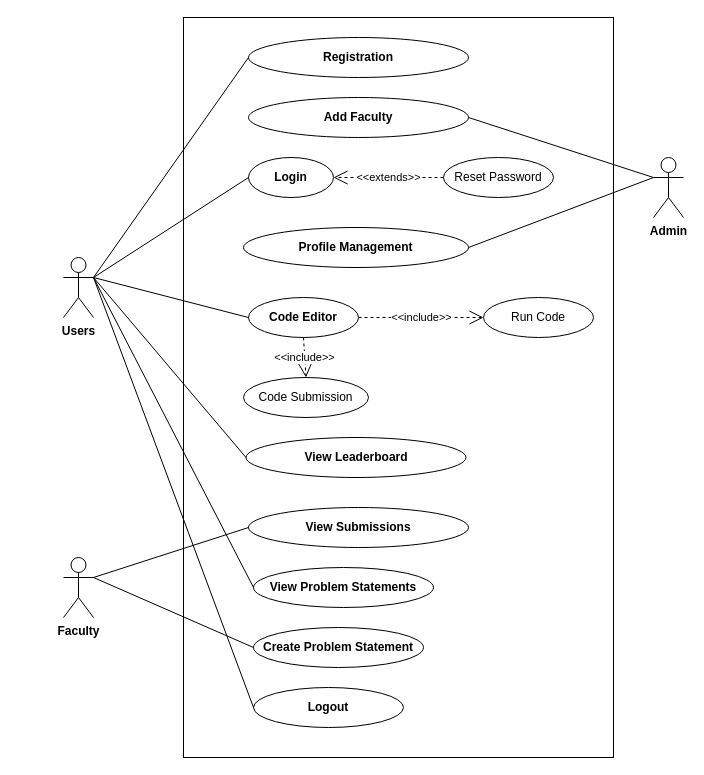
shamim36/Final-Defence-Diagram keeps this draw.io diagram as Updated - Use Case Diagram.drawio. Above is the earlier version. Source tidied: cells renumbered, new cells numbered last; positions are measured from the earlier drawing's top-left corner, leaving out a move shared by most shapes. Both pictures are drawn from the tidied source at 100%, with x=0, y=0 at pixel (63, 17).
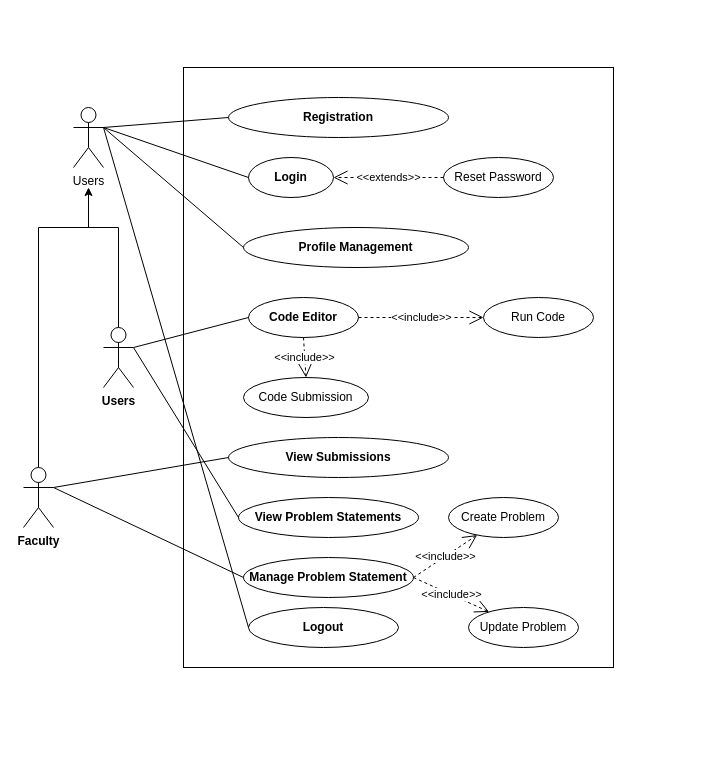
Above is the later version.

Unchanged cells that the change refers to:
```xml
<mxCell id="7" value="&lt;b&gt;Profile Management&lt;/b&gt;" style="ellipse;whiteSpace=wrap;html=1;" parent="1" vertex="1">
  <mxGeometry x="180" y="210" width="225" height="40" as="geometry" />
</mxCell>
<mxCell id="9" value="&lt;b&gt;Login&lt;/b&gt;" style="ellipse;whiteSpace=wrap;html=1;" parent="1" vertex="1">
  <mxGeometry x="185" y="140" width="85" height="40" as="geometry" />
</mxCell>
```

What changed in the source:
```diff
@@
     <mxCell id="2" style="rounded=0;whiteSpace=wrap;html=1;" parent="1" vertex="1">
-      <mxGeometry x="120" width="430" height="740" as="geometry" />
+      <mxGeometry x="120" y="50" width="430" height="600" as="geometry" />
     </mxCell>
     <mxCell id="3" value="&lt;b&gt;Registration&lt;/b&gt;" style="ellipse;whiteSpace=wrap;html=1;" parent="1" vertex="1">
-      <mxGeometry x="185" y="20" width="220" height="40" as="geometry" />
+      <mxGeometry x="165" y="80" width="220" height="40" as="geometry" />
     </mxCell>
+    <mxCell id="33" style="edgeStyle=orthogonalEdgeStyle;rounded=0;jettySize=auto;html=1;exitX=0.5;exitY=0;exitDx=0;exitDy=0;exitPerimeter=0;" parent="1" edge="1" source="4">
+      <mxGeometry relative="1" as="geometry">
+        <mxPoint x="25" y="170" as="targetPoint" />
+        <Array as="points">
+          <mxPoint x="-25" y="210" />
+          <mxPoint x="25" y="210" />
+        </Array>
+      </mxGeometry>
+    </mxCell>
     <mxCell id="4" value="&lt;b&gt;Faculty&lt;/b&gt;" style="shape=umlActor;verticalLabelPosition=bottom;verticalAlign=top;html=1;outlineConnect=0;" parent="1" vertex="1">
-      <mxGeometry y="540" width="30" height="60" as="geometry" />
+      <mxGeometry x="-40" y="450" width="30" height="60" as="geometry" />
     </mxCell>
-    <mxCell id="5" value="&lt;b&gt;Admin&lt;/b&gt;" style="shape=umlActor;verticalLabelPosition=bottom;verticalAlign=top;html=1;outlineConnect=0;" parent="1" vertex="1">
-      <mxGeometry x="590" y="140" width="30" height="60" as="geometry" />
-    </mxCell>
     <mxCell id="6" value="&lt;b&gt;Logout&lt;/b&gt;" style="ellipse;whiteSpace=wrap;html=1;" parent="1" vertex="1">
-      <mxGeometry x="190" y="670" width="150" height="40" as="geometry" />
+      <mxGeometry x="185" y="590" width="150" height="40" as="geometry" />
     </mxCell>
@@
-    <mxCell id="8" value="&lt;b&gt;Add Faculty&lt;/b&gt;" style="ellipse;whiteSpace=wrap;html=1;" parent="1" vertex="1">
-      <mxGeometry x="185" y="80" width="220" height="40" as="geometry" />
-    </mxCell>
@@
-    <mxCell id="14" value="&lt;b&gt;View Leaderboard&lt;/b&gt;" style="ellipse;whiteSpace=wrap;html=1;" parent="1" vertex="1">
-      <mxGeometry x="182.5" y="420" width="220" height="40" as="geometry" />
-    </mxCell>
     <mxCell id="15" value="&lt;b&gt;View Submissions&lt;/b&gt;" style="ellipse;whiteSpace=wrap;html=1;" parent="1" vertex="1">
-      <mxGeometry x="185" y="490" width="220" height="40" as="geometry" />
+      <mxGeometry x="165" y="420" width="220" height="40" as="geometry" />
     </mxCell>
-    <mxCell id="16" value="&lt;b&gt;Create Problem Statement&lt;/b&gt;" style="ellipse;whiteSpace=wrap;html=1;" parent="1" vertex="1">
-      <mxGeometry x="190" y="610" width="170" height="40" as="geometry" />
+    <mxCell id="16" value="&lt;b&gt;Manage Problem Statement&lt;/b&gt;" style="ellipse;whiteSpace=wrap;html=1;" parent="1" vertex="1">
+      <mxGeometry x="180" y="540" width="170" height="40" as="geometry" />
     </mxCell>
     <mxCell id="17" value="&lt;b&gt;View Problem Statements&lt;/b&gt;" style="ellipse;whiteSpace=wrap;html=1;" parent="1" vertex="1">
-      <mxGeometry x="190" y="550" width="180" height="40" as="geometry" />
+      <mxGeometry x="175" y="480" width="180" height="40" as="geometry" />
     </mxCell>
@@
-    <mxCell id="21" style="endArrow=none;html=1;rounded=0;entryX=0;entryY=0.5;entryDx=0;entryDy=0;exitX=1;exitY=0.3333333333333333;exitDx=0;exitDy=0;exitPerimeter=0;" parent="1" edge="1" source="27" target="3">
+    <mxCell id="21" style="endArrow=none;html=1;rounded=0;entryX=0;entryY=0.5;entryDx=0;entryDy=0;exitX=1;exitY=0.3333333333333333;exitDx=0;exitDy=0;exitPerimeter=0;" parent="1" edge="1" source="34" target="3">
       <mxGeometry relative="1" as="geometry" />
     </mxCell>
-    <mxCell id="22" style="endArrow=none;html=1;rounded=0;exitX=1;exitY=0.5;exitDx=0;exitDy=0;entryX=0;entryY=0.3333333333333333;entryDx=0;entryDy=0;entryPerimeter=0;" parent="1" edge="1" source="8" target="5">
-      <mxGeometry relative="1" as="geometry" />
-    </mxCell>
-    <mxCell id="23" style="endArrow=none;html=1;rounded=0;entryX=0;entryY=0.3333333333333333;entryDx=0;entryDy=0;entryPerimeter=0;exitX=1;exitY=0.5;exitDx=0;exitDy=0;" parent="1" edge="1" source="7" target="5">
-      <mxGeometry relative="1" as="geometry" />
-    </mxCell>
@@
     <mxCell id="27" value="&lt;b&gt;Users&lt;/b&gt;" style="shape=umlActor;verticalLabelPosition=bottom;verticalAlign=top;html=1;outlineConnect=0;" parent="1" vertex="1">
-      <mxGeometry y="240" width="30" height="60" as="geometry" />
+      <mxGeometry x="40" y="310" width="30" height="60" as="geometry" />
     </mxCell>
-    <mxCell id="28" style="endArrow=none;html=1;rounded=0;entryX=0;entryY=0.5;entryDx=0;entryDy=0;exitX=1;exitY=0.3333333333333333;exitDx=0;exitDy=0;exitPerimeter=0;" parent="1" edge="1" source="27" target="9">
+    <mxCell id="28" style="endArrow=none;html=1;rounded=0;entryX=0;entryY=0.5;entryDx=0;entryDy=0;exitX=1;exitY=0.3333333333333333;exitDx=0;exitDy=0;exitPerimeter=0;" parent="1" edge="1" source="34" target="9">
       <mxGeometry relative="1" as="geometry" />
     </mxCell>
@@
-    <mxCell id="30" style="endArrow=none;html=1;rounded=0;entryX=0;entryY=0.5;entryDx=0;entryDy=0;exitX=1;exitY=0.3333333333333333;exitDx=0;exitDy=0;exitPerimeter=0;" parent="1" edge="1" source="27" target="14">
-      <mxGeometry relative="1" as="geometry" />
-    </mxCell>
-    <mxCell id="31" style="endArrow=none;html=1;rounded=0;entryX=0;entryY=0.5;entryDx=0;entryDy=0;exitX=1;exitY=0.3333333333333333;exitDx=0;exitDy=0;exitPerimeter=0;" parent="1" edge="1" source="27" target="6">
+    <mxCell id="31" style="endArrow=none;html=1;rounded=0;entryX=0;entryY=0.5;entryDx=0;entryDy=0;exitX=1;exitY=0.3333333333333333;exitDx=0;exitDy=0;exitPerimeter=0;" parent="1" edge="1" source="34" target="6">
       <mxGeometry relative="1" as="geometry" />
     </mxCell>
@@
+    <mxCell id="34" value="Users" style="shape=umlActor;verticalLabelPosition=bottom;verticalAlign=top;html=1;outlineConnect=0;" parent="1" vertex="1">
+      <mxGeometry x="10" y="90" width="30" height="60" as="geometry" />
+    </mxCell>
+    <mxCell id="35" style="endArrow=none;html=1;rounded=0;entryX=0;entryY=0.5;entryDx=0;entryDy=0;exitX=1;exitY=0.3333333333333333;exitDx=0;exitDy=0;exitPerimeter=0;" parent="1" edge="1" source="34" target="7">
+      <mxGeometry relative="1" as="geometry" />
+    </mxCell>
+    <mxCell id="36" style="endArrow=none;html=1;rounded=0;entryX=0.5;entryY=0;entryDx=0;entryDy=0;entryPerimeter=0;" parent="1" edge="1" target="27">
+      <mxGeometry relative="1" as="geometry">
+        <mxPoint x="20" y="210" as="sourcePoint" />
+        <Array as="points">
+          <mxPoint x="55" y="210" />
+        </Array>
+      </mxGeometry>
+    </mxCell>
+    <mxCell id="37" value="Create Problem" style="ellipse;whiteSpace=wrap;html=1;" parent="1" vertex="1">
+      <mxGeometry x="385" y="480" width="110" height="40" as="geometry" />
+    </mxCell>
+    <mxCell id="38" value="&amp;lt;&amp;lt;include&amp;gt;&amp;gt;" style="endArrow=open;endSize=12;dashed=1;html=1;rounded=0;exitX=1;exitY=0.5;exitDx=0;exitDy=0;" parent="1" edge="1" source="16" target="37">
+      <mxGeometry relative="1" as="geometry" />
+    </mxCell>
+    <mxCell id="39" value="Update Problem" style="ellipse;whiteSpace=wrap;html=1;" parent="1" vertex="1">
+      <mxGeometry x="405" y="590" width="110" height="40" as="geometry" />
+    </mxCell>
+    <mxCell id="40" value="&amp;lt;&amp;lt;include&amp;gt;&amp;gt;" style="endArrow=open;endSize=12;dashed=1;html=1;rounded=0;exitX=1;exitY=0.5;exitDx=0;exitDy=0;" parent="1" edge="1" source="16" target="39">
+      <mxGeometry relative="1" as="geometry" />
+    </mxCell>
```
